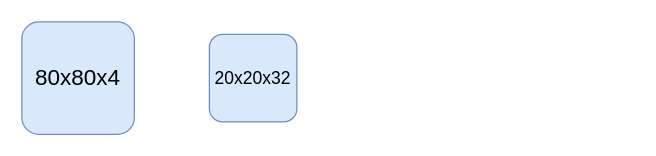
This is DQN网络结构.drawio from Zhou-AY/hello-world, a draw.io file, before an edit. Source tidied: cells renumbered, new cells numbered last; positions are measured from the earlier drawing's top-left corner, leaving out a move shared by most shapes. Both pictures are drawn from the tidied source at 125%, with x=0, y=0 at pixel (21, 21).
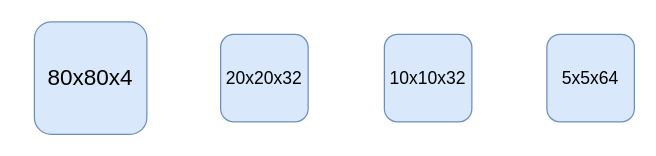
The same diagram, later.

Commit message (it also covers changes not shown here):
更新DQN网络结构.drawio

What changed in the source:
```diff
@@
 <mxGraphModel>
   <root>
     <mxCell id="0" />
     <mxCell id="1" parent="0" />
     <mxCell id="2" value="&lt;font style=&quot;font-size: 18px;&quot;&gt;80x80x4&lt;/font&gt;" style="rounded=1;whiteSpace=wrap;html=1;fillColor=#dae8fc;strokeColor=#6c8ebf;" parent="1" vertex="1">
-      <mxGeometry width="90" height="90" as="geometry" />
+      <mxGeometry x="10" width="90" height="90" as="geometry" />
     </mxCell>
     <mxCell id="3" value="&lt;font style=&quot;font-size: 14px;&quot;&gt;20x20x32&lt;/font&gt;" style="rounded=1;whiteSpace=wrap;html=1;fillColor=#dae8fc;strokeColor=#6c8ebf;" parent="1" vertex="1">
-      <mxGeometry x="150" y="10" width="70" height="70" as="geometry" />
+      <mxGeometry x="159" y="10" width="70" height="70" as="geometry" />
     </mxCell>
+    <mxCell id="4" value="&lt;font style=&quot;font-size: 14px;&quot;&gt;10x10x32&lt;/font&gt;" style="rounded=1;whiteSpace=wrap;html=1;fillColor=#dae8fc;strokeColor=#6c8ebf;" parent="1" vertex="1">
+      <mxGeometry x="290" y="10" width="70" height="70" as="geometry" />
+    </mxCell>
+    <mxCell id="5" value="&lt;font style=&quot;font-size: 14px;&quot;&gt;5x5x64&lt;/font&gt;" style="rounded=1;whiteSpace=wrap;html=1;fillColor=#dae8fc;strokeColor=#6c8ebf;" parent="1" vertex="1">
+      <mxGeometry x="420" y="10" width="70" height="70" as="geometry" />
+    </mxCell>
   </root>
 </mxGraphModel>
```
